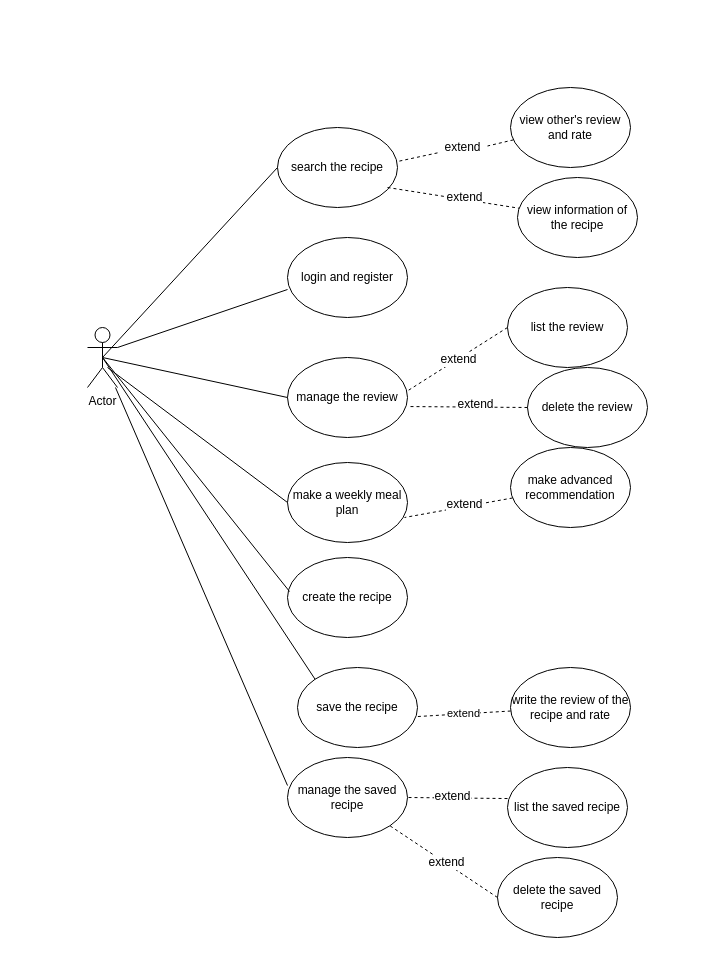
Earlier version of the draw.io diagram use case diagram.drawio (XiaoyangYan/NewMeal). Source tidied: cells renumbered, new cells numbered last; positions are measured from the earlier drawing's top-left corner, leaving out a move shared by most shapes. Both pictures are drawn from the tidied source at 100%, with x=0, y=0 at pixel (87, 87).
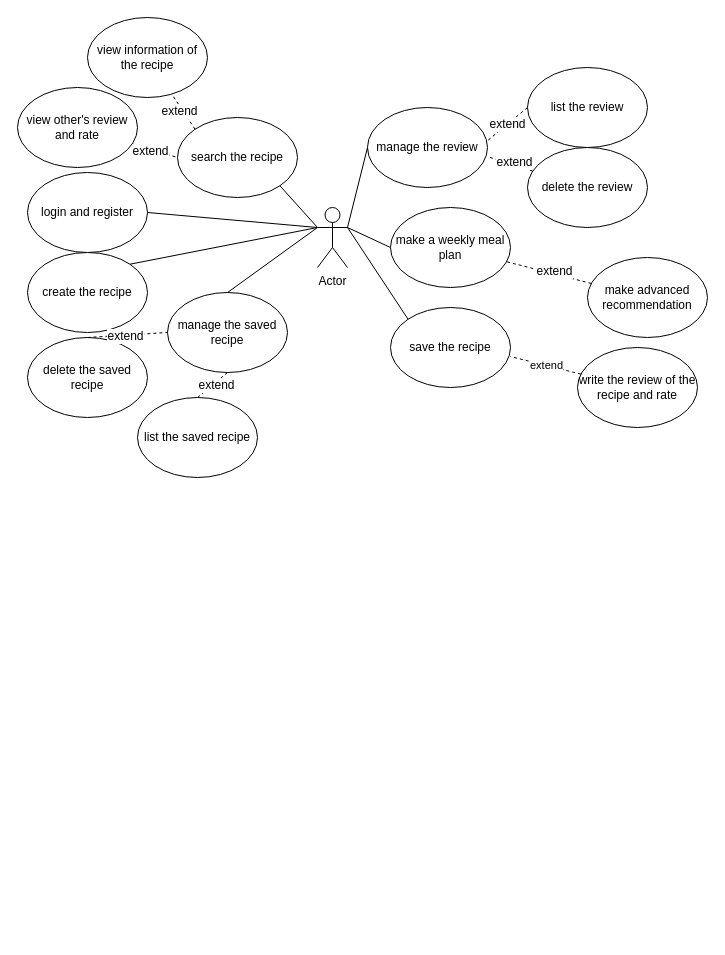
Above is the later version.

Diff of the diagram source:
```diff
@@
     <mxCell id="2" value="Actor" style="shape=umlActor;verticalLabelPosition=bottom;labelBackgroundColor=#ffffff;verticalAlign=top;html=1;outlineConnect=0;" parent="1" vertex="1">
-      <mxGeometry y="240" width="30" height="60" as="geometry" />
+      <mxGeometry x="230" y="120" width="30" height="60" as="geometry" />
     </mxCell>
     <mxCell id="3" value="login and register" style="ellipse;whiteSpace=wrap;html=1;" parent="1" vertex="1">
-      <mxGeometry x="200" y="150" width="120" height="80" as="geometry" />
+      <mxGeometry x="-60" y="85" width="120" height="80" as="geometry" />
     </mxCell>
-    <mxCell id="4" style="endArrow=none;html=1;entryX=0;entryY=0.65;entryDx=0;entryDy=0;entryPerimeter=0;exitX=1;exitY=0.3333333333333333;exitDx=0;exitDy=0;exitPerimeter=0;" parent="1" edge="1" source="2" target="3">
+    <mxCell id="4" style="endArrow=none;html=1;entryX=1;entryY=0.5;entryDx=0;entryDy=0;exitX=0;exitY=0.3333333333333333;exitDx=0;exitDy=0;exitPerimeter=0;" parent="1" edge="1" source="2" target="3">
       <mxGeometry relative="1" as="geometry" />
     </mxCell>
     <mxCell id="5" value="manage the review" style="ellipse;whiteSpace=wrap;html=1;" parent="1" vertex="1">
-      <mxGeometry x="200" y="270" width="120" height="80" as="geometry" />
+      <mxGeometry x="280" y="20" width="120" height="80" as="geometry" />
     </mxCell>
-    <mxCell id="6" style="endArrow=none;html=1;exitX=0;exitY=0.5;exitDx=0;exitDy=0;" parent="1" edge="1" source="5">
-      <mxGeometry relative="1" as="geometry">
-        <mxPoint x="15" y="270" as="targetPoint" />
-      </mxGeometry>
+    <mxCell id="6" style="endArrow=none;html=1;exitX=0;exitY=0.5;exitDx=0;exitDy=0;entryX=1;entryY=0.3333333333333333;entryDx=0;entryDy=0;entryPerimeter=0;" parent="1" edge="1" source="5" target="2">
+      <mxGeometry relative="1" as="geometry" />
     </mxCell>
     <mxCell id="7" value="list the review" style="ellipse;whiteSpace=wrap;html=1;" parent="1" vertex="1">
-      <mxGeometry x="420" y="200" width="120" height="80" as="geometry" />
+      <mxGeometry x="440" y="-20" width="120" height="80" as="geometry" />
     </mxCell>
     <mxCell id="8" value="delete the review" style="ellipse;whiteSpace=wrap;html=1;" parent="1" vertex="1">
-      <mxGeometry x="440" y="280" width="120" height="80" as="geometry" />
+      <mxGeometry x="440" y="60" width="120" height="80" as="geometry" />
     </mxCell>
     <mxCell id="9" value="search the recipe" style="ellipse;whiteSpace=wrap;html=1;" parent="1" vertex="1">
-      <mxGeometry x="190" y="40" width="120" height="80" as="geometry" />
+      <mxGeometry x="90" y="30" width="120" height="80" as="geometry" />
     </mxCell>
-    <mxCell id="10" style="endArrow=none;html=1;entryX=0.5;entryY=0.5;entryDx=0;entryDy=0;entryPerimeter=0;exitX=0;exitY=0.5;exitDx=0;exitDy=0;" parent="1" edge="1" source="9" target="2">
+    <mxCell id="10" style="endArrow=none;html=1;exitX=1;exitY=1;exitDx=0;exitDy=0;entryX=0;entryY=0.3333333333333333;entryDx=0;entryDy=0;entryPerimeter=0;" parent="1" edge="1" source="9" target="2">
       <mxGeometry relative="1" as="geometry" />
     </mxCell>
     <mxCell id="11" value="save the recipe" style="ellipse;whiteSpace=wrap;html=1;" parent="1" vertex="1">
-      <mxGeometry x="210" y="580" width="120" height="80" as="geometry" />
+      <mxGeometry x="303" y="220" width="120" height="80" as="geometry" />
     </mxCell>
-    <mxCell id="12" style="endArrow=none;html=1;exitX=0;exitY=0;exitDx=0;exitDy=0;entryX=0.5;entryY=0.5;entryDx=0;entryDy=0;entryPerimeter=0;" parent="1" edge="1" source="11" target="2">
+    <mxCell id="12" style="endArrow=none;html=1;exitX=0;exitY=0;exitDx=0;exitDy=0;entryX=1;entryY=0.3333333333333333;entryDx=0;entryDy=0;entryPerimeter=0;" parent="1" edge="1" source="11" target="2">
       <mxGeometry relative="1" as="geometry" />
     </mxCell>
     <mxCell id="13" value="create the recipe" style="ellipse;whiteSpace=wrap;html=1;" parent="1" vertex="1">
-      <mxGeometry x="200" y="470" width="120" height="80" as="geometry" />
+      <mxGeometry x="-60" y="165" width="120" height="80" as="geometry" />
     </mxCell>
-    <mxCell id="14" style="endArrow=none;html=1;entryX=0.017;entryY=0.425;entryDx=0;entryDy=0;entryPerimeter=0;exitX=0.5;exitY=0.5;exitDx=0;exitDy=0;exitPerimeter=0;" parent="1" edge="1" source="2" target="13">
+    <mxCell id="14" style="endArrow=none;html=1;entryX=1;entryY=0;entryDx=0;entryDy=0;exitX=0;exitY=0.3333333333333333;exitDx=0;exitDy=0;exitPerimeter=0;" parent="1" edge="1" source="2" target="13">
       <mxGeometry relative="1" as="geometry" />
     </mxCell>
     <mxCell id="15" value="view information of the recipe" style="ellipse;whiteSpace=wrap;html=1;" parent="1" vertex="1">
-      <mxGeometry x="430" y="90" width="120" height="80" as="geometry" />
+      <mxGeometry y="-70" width="120" height="80" as="geometry" />
     </mxCell>
-    <mxCell id="16" style="endArrow=none;dashed=1;html=1;exitX=0.917;exitY=0.75;exitDx=0;exitDy=0;exitPerimeter=0;" parent="1" edge="1" source="9" target="15">
+    <mxCell id="16" style="endArrow=none;dashed=1;html=1;exitX=0;exitY=0;exitDx=0;exitDy=0;" parent="1" edge="1" source="9" target="15">
       <mxGeometry relative="1" as="geometry" />
     </mxCell>
@@
-    <mxCell id="18" style="endArrow=none;dashed=1;html=1;entryX=1;entryY=0.425;entryDx=0;entryDy=0;entryPerimeter=0;" parent="1" edge="1" source="23" target="9">
-      <mxGeometry relative="1" as="geometry" />
-    </mxCell>
     <mxCell id="19" value="view other's review and rate" style="ellipse;whiteSpace=wrap;html=1;" parent="1" vertex="1">
-      <mxGeometry x="423" width="120" height="80" as="geometry" />
+      <mxGeometry x="-70" width="120" height="80" as="geometry" />
     </mxCell>
     <mxCell id="20" value="write the review of the recipe and rate" style="ellipse;whiteSpace=wrap;html=1;" parent="1" vertex="1">
-      <mxGeometry x="423" y="580" width="120" height="80" as="geometry" />
+      <mxGeometry x="490" y="260" width="120" height="80" as="geometry" />
     </mxCell>
     <mxCell id="21" value="make a weekly meal plan" style="ellipse;whiteSpace=wrap;html=1;" parent="1" vertex="1">
-      <mxGeometry x="200" y="375" width="120" height="80" as="geometry" />
+      <mxGeometry x="303" y="120" width="120" height="80" as="geometry" />
     </mxCell>
-    <mxCell id="22" style="endArrow=none;html=1;exitX=0;exitY=0.5;exitDx=0;exitDy=0;" parent="1" edge="1" source="21">
-      <mxGeometry relative="1" as="geometry">
-        <mxPoint x="20" y="280" as="targetPoint" />
-      </mxGeometry>
+    <mxCell id="22" style="endArrow=none;html=1;exitX=0;exitY=0.5;exitDx=0;exitDy=0;entryX=1;entryY=0.3333333333333333;entryDx=0;entryDy=0;entryPerimeter=0;" parent="1" edge="1" source="21" target="2">
+      <mxGeometry relative="1" as="geometry" />
     </mxCell>
+    <mxCell id="24" style="endArrow=none;dashed=1;html=1;entryX=0;entryY=0.5;entryDx=0;entryDy=0;" parent="1" edge="1" source="19" target="9">
+      <mxGeometry relative="1" as="geometry" />
+    </mxCell>
-    <mxCell id="23" value="extend" style="text;html=1;align=center;verticalAlign=middle;points=[];" parent="1" vertex="1">
-      <mxGeometry x="350" y="50" width="50" height="20" as="geometry" />
+    <mxCell id="23" value="extend" style="text;html=1;align=center;verticalAlign=middle;points=[];labelBackgroundColor=#ffffff;" parent="24" vertex="1">
+      <mxGeometry x="-0.2" y="-2" relative="1" as="geometry" />
     </mxCell>
-    <mxCell id="24" style="endArrow=none;dashed=1;html=1;entryX=1;entryY=0.425;entryDx=0;entryDy=0;entryPerimeter=0;" parent="1" edge="1" source="19" target="23">
-      <mxGeometry relative="1" as="geometry" />
-    </mxCell>
@@
     <mxCell id="30" value="manage the saved recipe" style="ellipse;whiteSpace=wrap;html=1;" parent="1" vertex="1">
-      <mxGeometry x="200" y="670" width="120" height="80" as="geometry" />
+      <mxGeometry x="80" y="205" width="120" height="80" as="geometry" />
     </mxCell>
-    <mxCell id="31" style="endArrow=none;html=1;exitX=0;exitY=0.35;exitDx=0;exitDy=0;exitPerimeter=0;" parent="1" edge="1" source="30" target="2">
+    <mxCell id="31" style="endArrow=none;html=1;exitX=0.5;exitY=0;exitDx=0;exitDy=0;entryX=0;entryY=0.3333333333333333;entryDx=0;entryDy=0;entryPerimeter=0;" parent="1" edge="1" source="30" target="2">
       <mxGeometry relative="1" as="geometry" />
     </mxCell>
-    <mxCell id="32" style="endArrow=none;dashed=1;html=1;entryX=1;entryY=0.5;entryDx=0;entryDy=0;exitX=0;exitY=0.388;exitDx=0;exitDy=0;exitPerimeter=0;" parent="1" edge="1" source="34" target="30">
+    <mxCell id="32" style="endArrow=none;dashed=1;html=1;entryX=0.5;entryY=1;entryDx=0;entryDy=0;exitX=0.5;exitY=0;exitDx=0;exitDy=0;" parent="1" edge="1" source="34" target="30">
       <mxGeometry relative="1" as="geometry" />
     </mxCell>
@@
     <mxCell id="34" value="list the saved recipe" style="ellipse;whiteSpace=wrap;html=1;" parent="1" vertex="1">
-      <mxGeometry x="420" y="680" width="120" height="80" as="geometry" />
+      <mxGeometry x="50" y="310" width="120" height="80" as="geometry" />
     </mxCell>
     <mxCell id="35" value="delete the saved recipe" style="ellipse;whiteSpace=wrap;html=1;" parent="1" vertex="1">
-      <mxGeometry x="410" y="770" width="120" height="80" as="geometry" />
+      <mxGeometry x="-60" y="250" width="120" height="80" as="geometry" />
     </mxCell>
-    <mxCell id="36" style="endArrow=none;dashed=1;html=1;entryX=1;entryY=1;entryDx=0;entryDy=0;exitX=0;exitY=0.5;exitDx=0;exitDy=0;" parent="1" edge="1" source="35" target="30">
+    <mxCell id="36" style="endArrow=none;dashed=1;html=1;entryX=0;entryY=0.5;entryDx=0;entryDy=0;exitX=0.5;exitY=0;exitDx=0;exitDy=0;" parent="1" edge="1" source="35" target="30">
       <mxGeometry relative="1" as="geometry" />
     </mxCell>
@@
     <mxCell id="38" value="make advanced recommendation" style="ellipse;whiteSpace=wrap;html=1;" parent="1" vertex="1">
-      <mxGeometry x="423" y="360" width="120" height="80" as="geometry" />
+      <mxGeometry x="500" y="170" width="120" height="80" as="geometry" />
     </mxCell>
-    <mxCell id="39" style="endArrow=none;dashed=1;html=1;entryX=1;entryY=0.613;entryDx=0;entryDy=0;entryPerimeter=0;" parent="1" edge="1" source="38">
-      <mxGeometry relative="1" as="geometry">
-        <mxPoint x="317" y="430" as="targetPoint" />
-      </mxGeometry>
+    <mxCell id="39" style="endArrow=none;dashed=1;html=1;" parent="1" edge="1" source="38" target="21">
+      <mxGeometry relative="1" as="geometry" />
     </mxCell>
```
